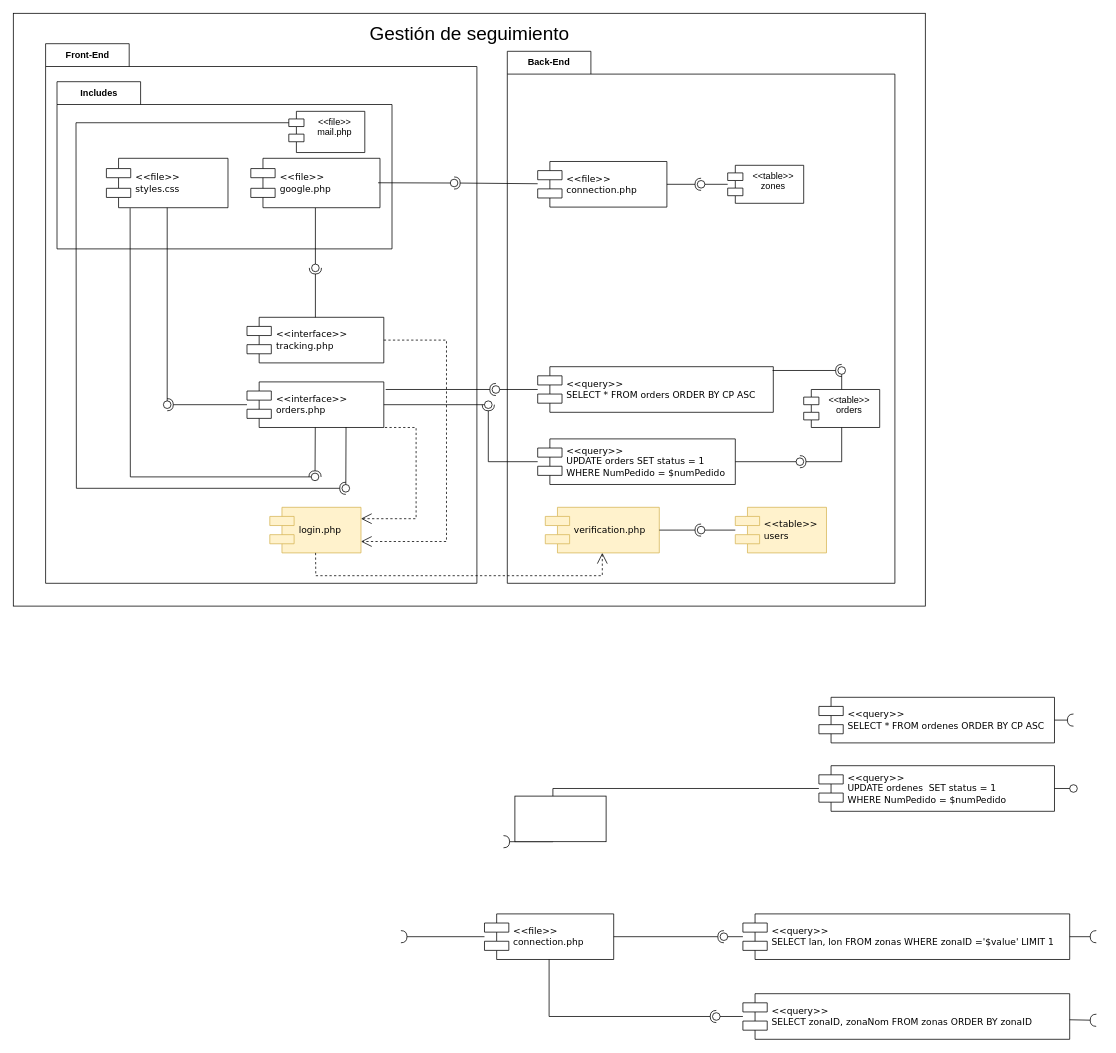
The draw.io diagram Diagramas/DiagramaComponentes.drawio in JorgeADnro/Torres, before the edit. Source tidied: cells renumbered, new cells numbered last; positions are measured from the earlier drawing's top-left corner, leaving out a move shared by most shapes. Both pictures are drawn from the tidied source at 76%, with x=0, y=0 at pixel (13, 13).
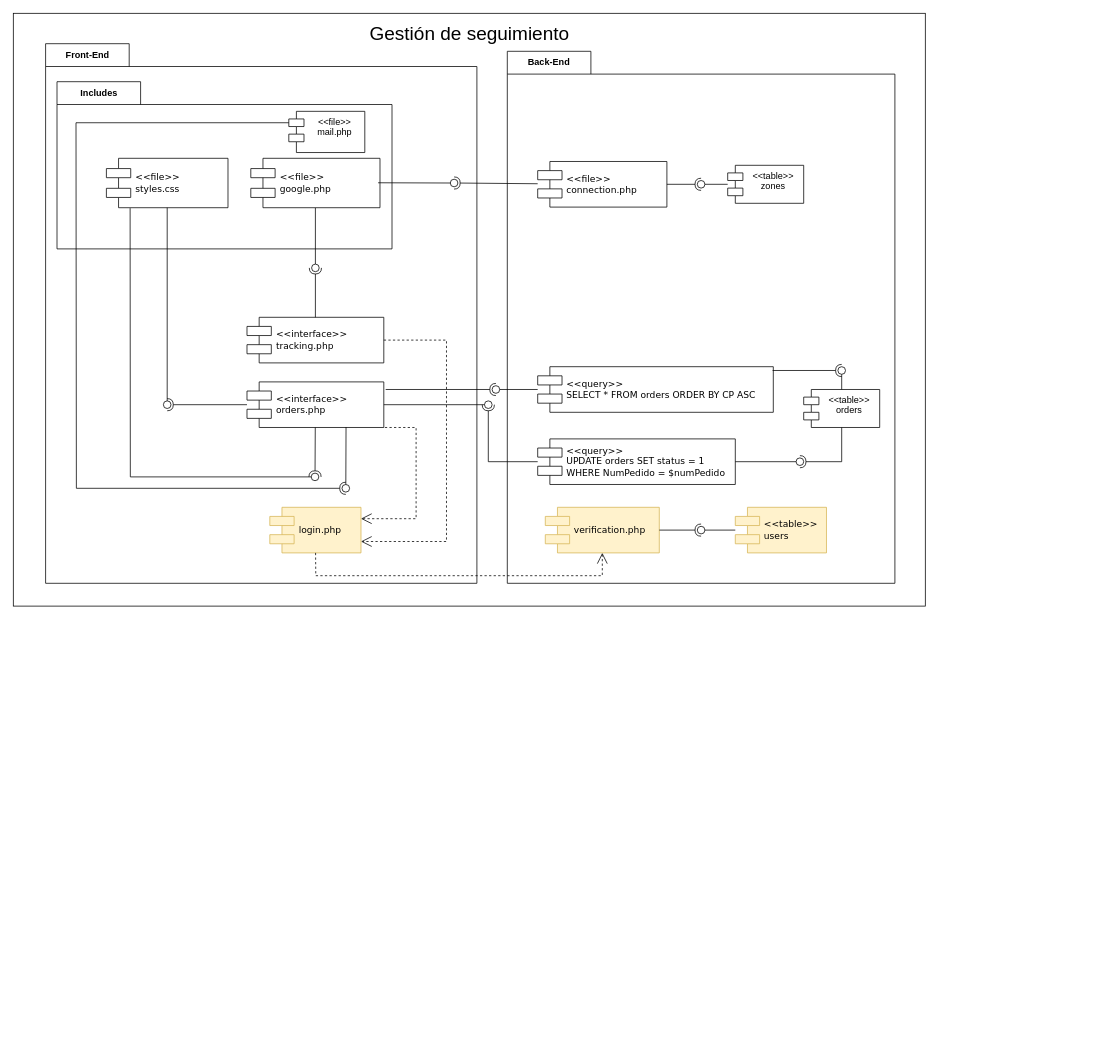
The same diagram, later.

Diff of the diagram source:
```diff
@@
-    <mxCell id="4" value="&amp;lt;&amp;lt;query&amp;gt;&amp;gt;&lt;br&gt;SELECT * FROM ordenes ORDER BY CP ASC" style="shape=component;align=left;spacingLeft=36;rounded=0;shadow=0;comic=0;labelBackgroundColor=none;strokeWidth=1;fontFamily=Verdana;fontSize=12;html=1;" parent="1" vertex="1">
-      <mxGeometry x="1060" y="900" width="310" height="60" as="geometry" />
-    </mxCell>
-    <mxCell id="5" style="ellipse;whiteSpace=wrap;html=1;align=center;fillColor=none;strokeColor=none;perimeter=centerPerimeter;" parent="1" vertex="1">
-      <mxGeometry x="585" y="1090" width="10" height="10" as="geometry" />
-    </mxCell>
@@
-    <mxCell id="7" value="&amp;lt;&amp;lt;query&amp;gt;&amp;gt;&lt;br&gt;UPDATE ordenes&amp;nbsp; SET status = 1&lt;br&gt;WHERE NumPedido = $numPedido" style="shape=component;align=left;spacingLeft=36;rounded=0;shadow=0;comic=0;labelBackgroundColor=none;strokeWidth=1;fontFamily=Verdana;fontSize=12;html=1;" parent="1" vertex="1">
-      <mxGeometry x="1060" y="990" width="310" height="60" as="geometry" />
-    </mxCell>
-    <mxCell id="8" style="ellipse;whiteSpace=wrap;html=1;align=center;fillColor=none;strokeColor=none;perimeter=centerPerimeter;" parent="1" vertex="1">
-      <mxGeometry x="630" y="1050" width="10" height="10" as="geometry" />
-    </mxCell>
-    <mxCell id="9" style="ellipse;whiteSpace=wrap;html=1;align=center;fillColor=none;strokeColor=none;perimeter=centerPerimeter;" parent="1" vertex="1">
-      <mxGeometry x="750" y="925" width="10" height="10" as="geometry" />
-    </mxCell>
-    <mxCell id="10" style="ellipse;whiteSpace=wrap;html=1;align=center;fillColor=none;strokeColor=none;perimeter=centerPerimeter;" parent="1" vertex="1">
-      <mxGeometry x="640" y="1015" width="10" height="10" as="geometry" />
-    </mxCell>
-    <mxCell id="11" style="ellipse;whiteSpace=wrap;html=1;align=center;fillColor=none;strokeColor=none;perimeter=centerPerimeter;" parent="1" vertex="1">
-      <mxGeometry x="630" y="925" width="10" height="10" as="geometry" />
-    </mxCell>
-    <mxCell id="12" style="rounded=0;jettySize=auto;html=1;endArrow=halfCircle;endFill=0;endSize=6;strokeWidth=1;sketch=0;" parent="1" edge="1" source="7" target="13">
-      <mxGeometry relative="1" as="geometry">
-        <Array as="points">
-          <mxPoint x="710" y="1020" />
-          <mxPoint x="710" y="1090" />
-        </Array>
-      </mxGeometry>
-    </mxCell>
-    <mxCell id="13" style="ellipse;whiteSpace=wrap;html=1;align=center;fillColor=none;strokeColor=none;perimeter=centerPerimeter;points=[];outlineConnect=1;" parent="1" vertex="1">
-      <mxGeometry x="640" y="1085" width="10" height="10" as="geometry" />
-    </mxCell>
-    <mxCell id="14" style="rounded=0;jettySize=auto;html=1;endArrow=oval;endFill=0;sketch=0;sourcePerimeterSpacing=0;targetPerimeterSpacing=0;endSize=10;" parent="1" edge="1" source="7" target="15">
-      <mxGeometry relative="1" as="geometry" />
-    </mxCell>
-    <mxCell id="15" style="ellipse;whiteSpace=wrap;html=1;align=center;fillColor=none;strokeColor=none;perimeter=centerPerimeter;points=[];outlineConnect=1;" parent="1" vertex="1">
-      <mxGeometry x="1390" y="1015" width="10" height="10" as="geometry" />
-    </mxCell>
-    <mxCell id="16" style="rounded=0;jettySize=auto;html=1;endArrow=halfCircle;endFill=0;endSize=6;strokeWidth=1;sketch=0;" parent="1" edge="1" source="4" target="17">
-      <mxGeometry relative="1" as="geometry" />
-    </mxCell>
-    <mxCell id="17" style="ellipse;whiteSpace=wrap;html=1;align=center;fillColor=none;strokeColor=none;perimeter=centerPerimeter;points=[];outlineConnect=1;" parent="1" vertex="1">
-      <mxGeometry x="1390" y="925" width="10" height="10" as="geometry" />
-    </mxCell>
@@
-    <mxCell id="19" value="&amp;lt;&amp;lt;file&amp;gt;&amp;gt;&lt;br&gt;connection.php" style="shape=component;align=left;spacingLeft=36;rounded=0;shadow=0;comic=0;labelBackgroundColor=none;strokeWidth=1;fontFamily=Verdana;fontSize=12;html=1;" parent="1" vertex="1">
-      <mxGeometry x="620" y="1185" width="170" height="60" as="geometry" />
-    </mxCell>
-    <mxCell id="20" style="rounded=0;jettySize=auto;html=1;endArrow=halfCircle;endFill=0;endSize=6;strokeWidth=1;sketch=0;" parent="1" edge="1" source="19" target="21">
-      <mxGeometry relative="1" as="geometry" />
-    </mxCell>
-    <mxCell id="21" style="ellipse;whiteSpace=wrap;html=1;align=center;fillColor=none;strokeColor=none;perimeter=centerPerimeter;points=[];outlineConnect=1;" parent="1" vertex="1">
-      <mxGeometry x="505" y="1210" width="10" height="10" as="geometry" />
-    </mxCell>
-    <mxCell id="22" value="&amp;lt;&amp;lt;query&amp;gt;&amp;gt;&lt;br&gt;SELECT lan, lon FROM zonas WHERE zonaID ='$value' LIMIT 1" style="shape=component;align=left;spacingLeft=36;rounded=0;shadow=0;comic=0;labelBackgroundColor=none;strokeWidth=1;fontFamily=Verdana;fontSize=12;html=1;" parent="1" vertex="1">
-      <mxGeometry x="960" y="1185" width="430" height="60" as="geometry" />
-    </mxCell>
-    <mxCell id="23" value="&amp;lt;&amp;lt;query&amp;gt;&amp;gt;&lt;br&gt;SELECT zonaID, zonaNom FROM zonas ORDER BY zonaID" style="shape=component;align=left;spacingLeft=36;rounded=0;shadow=0;comic=0;labelBackgroundColor=none;strokeWidth=1;fontFamily=Verdana;fontSize=12;html=1;" parent="1" vertex="1">
-      <mxGeometry x="960" y="1290" width="430" height="60" as="geometry" />
-    </mxCell>
-    <mxCell id="24" style="rounded=0;jettySize=auto;html=1;endArrow=halfCircle;endFill=0;endSize=6;strokeWidth=1;sketch=0;" parent="1" edge="1" source="19" target="26">
-      <mxGeometry relative="1" as="geometry" />
-    </mxCell>
-    <mxCell id="25" style="rounded=0;jettySize=auto;html=1;endArrow=oval;endFill=0;sketch=0;sourcePerimeterSpacing=0;targetPerimeterSpacing=0;endSize=10;" parent="1" edge="1" source="22" target="26">
-      <mxGeometry relative="1" as="geometry" />
-    </mxCell>
-    <mxCell id="26" style="ellipse;whiteSpace=wrap;html=1;align=center;fillColor=none;strokeColor=none;perimeter=centerPerimeter;points=[];outlineConnect=1;" parent="1" vertex="1">
-      <mxGeometry x="930" y="1210" width="10" height="10" as="geometry" />
-    </mxCell>
-    <mxCell id="27" style="rounded=0;jettySize=auto;html=1;endArrow=halfCircle;endFill=0;endSize=6;strokeWidth=1;sketch=0;" parent="1" edge="1" source="19" target="29">
-      <mxGeometry relative="1" as="geometry">
-        <Array as="points">
-          <mxPoint x="705" y="1320" />
-        </Array>
-      </mxGeometry>
-    </mxCell>
-    <mxCell id="28" style="rounded=0;jettySize=auto;html=1;endArrow=oval;endFill=0;sketch=0;sourcePerimeterSpacing=0;targetPerimeterSpacing=0;endSize=10;" parent="1" edge="1" source="23" target="29">
-      <mxGeometry relative="1" as="geometry" />
-    </mxCell>
-    <mxCell id="29" style="ellipse;whiteSpace=wrap;html=1;align=center;fillColor=none;strokeColor=none;perimeter=centerPerimeter;points=[];outlineConnect=1;" parent="1" vertex="1">
-      <mxGeometry x="920" y="1315" width="10" height="10" as="geometry" />
-    </mxCell>
-    <mxCell id="30" style="rounded=0;jettySize=auto;html=1;endArrow=halfCircle;endFill=0;endSize=6;strokeWidth=1;sketch=0;" parent="1" edge="1" source="22" target="31">
-      <mxGeometry relative="1" as="geometry" />
-    </mxCell>
-    <mxCell id="31" style="ellipse;whiteSpace=wrap;html=1;align=center;fillColor=none;strokeColor=none;perimeter=centerPerimeter;points=[];outlineConnect=1;" parent="1" vertex="1">
-      <mxGeometry x="1420" y="1210" width="10" height="10" as="geometry" />
-    </mxCell>
-    <mxCell id="32" style="rounded=0;jettySize=auto;html=1;endArrow=halfCircle;endFill=0;endSize=6;strokeWidth=1;sketch=0;" parent="1" edge="1" source="23" target="33">
-      <mxGeometry relative="1" as="geometry" />
-    </mxCell>
-    <mxCell id="33" style="ellipse;whiteSpace=wrap;html=1;align=center;fillColor=none;strokeColor=none;perimeter=centerPerimeter;points=[];outlineConnect=1;" parent="1" vertex="1">
-      <mxGeometry x="1420" y="1320" width="10" height="10" as="geometry" />
-    </mxCell>
-    <mxCell id="34" style="rounded=0;whiteSpace=wrap;html=1;" parent="1" vertex="1">
-      <mxGeometry x="660" y="1030" width="120" height="60" as="geometry" />
-    </mxCell>
```
